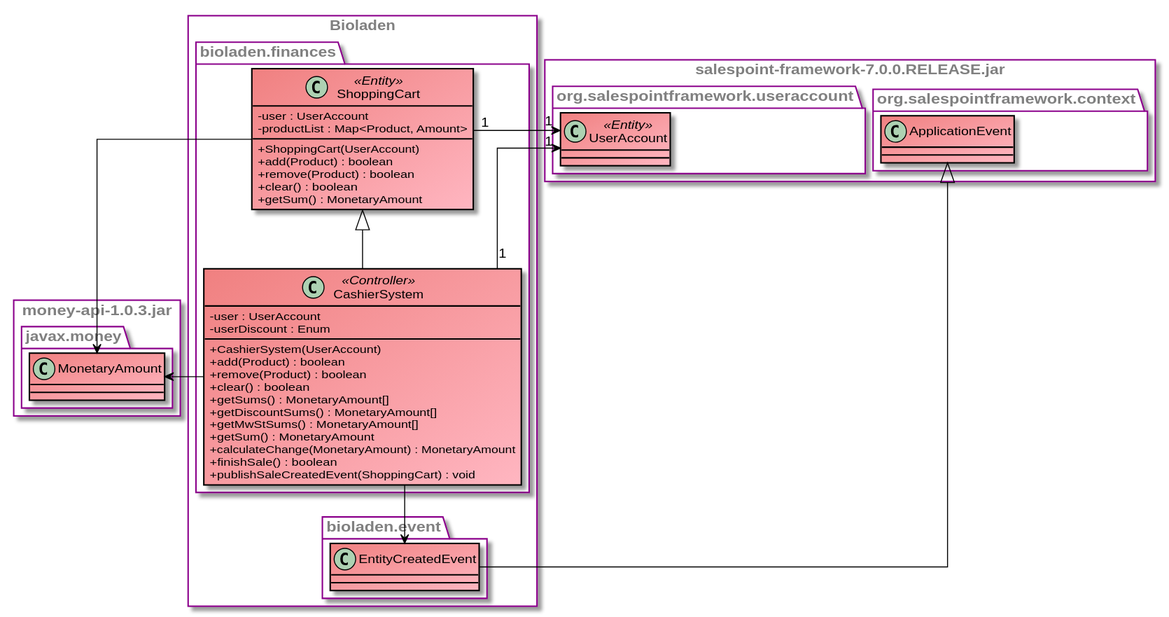
LimitlessGreen/swt18w43 keeps this PlantUML diagram as src/main/asciidoc/models/design/DesignFinancesDepartment.svg. Above is the earlier version.
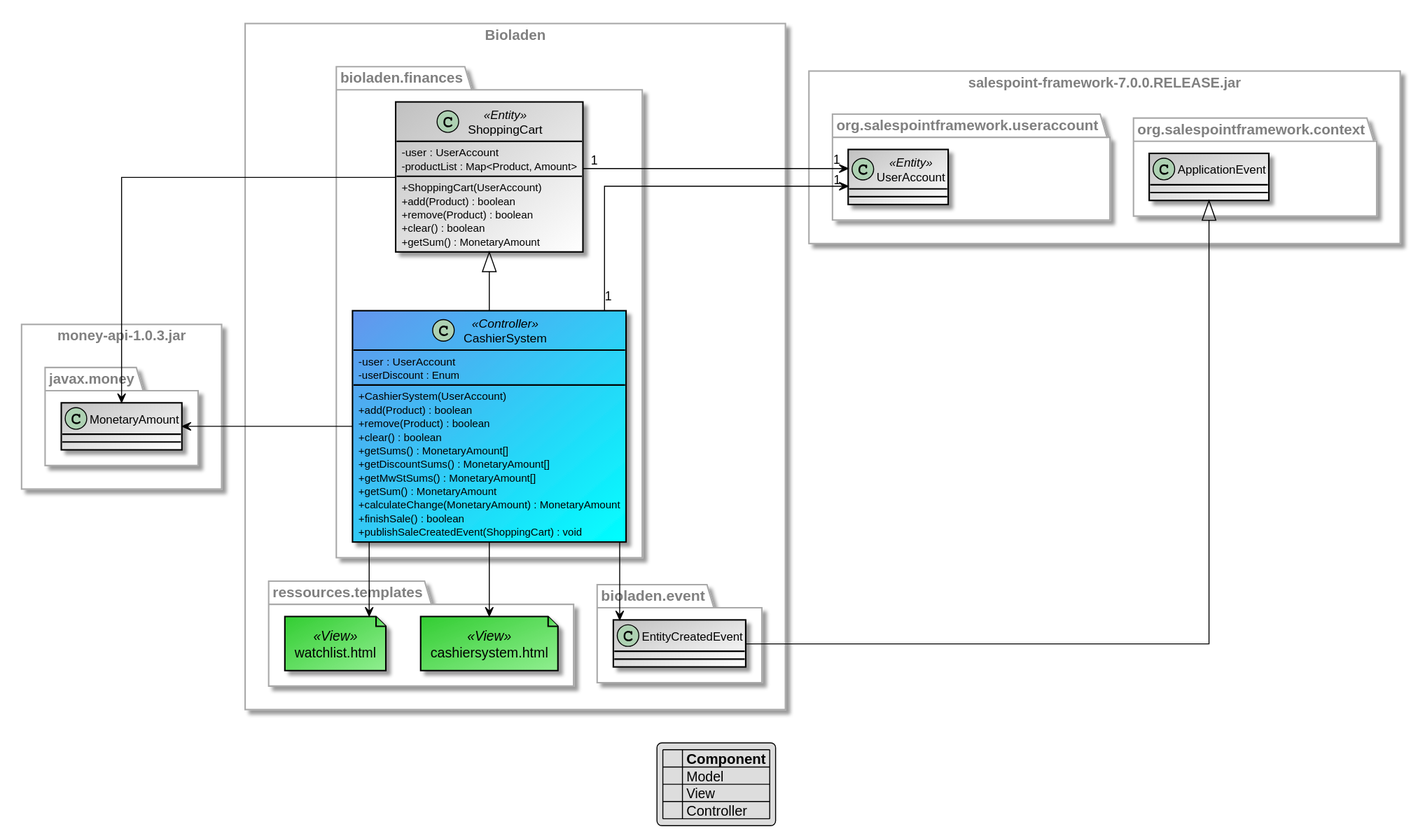
After the change.

Commit message:
[Design] componentsstylesheet

What changed in the source:
```diff
@@ -1,24 +1,37 @@
 @startuml
 
+
+
+
 skinparam class {
-	BackgroundColor #LightCoral/LightPink
+	BackgroundColor #Silver/white
+	BackgroundColor<<Repository>> #Coral/Lightsalmon
+	BackgroundColor<<Controller>> #Cornflowerblue/Cyan
     BorderColor Black
     ArrowColor  Black
 }
 
 skinparam package {
     FontColor Grey
-    BorderColor DarkMagenta
+    BorderColor Darkgrey
 }
 
 skinparam classAttributeIconSize 0
 skinparam linetype ortho
 
+legend
+|= | Component |
+|<back:#fe8052>     </back>| Model |
+|<back:#3dd13f>     </back>| View |
+|<back:#5f9aea>     </back>| Controller |
+endlegend
+
+
 
 rectangle Bioladen {
     namespace bioladen.finances {
 
-        class CashierSystem <<Controller>> extends ShoppingCart {
+        class CashierSystem <<Controller>>  extends ShoppingCart {
             -user : UserAccount
             -userDiscount : Enum
             +CashierSystem(UserAccount)
@@ -55,6 +68,20 @@
 
         bioladen.finances.CashierSystem --> bioladen.event.EntityCreatedEvent
 
+    }
+
+    namespace ressources.templates {
+
+        file cashiersystem.html <<View>> #limegreen/technology {
+
+        }
+
+        file watchlist.html <<View>> #limegreen/technology {
+
+        }
+
+        bioladen.finances.CashierSystem --> cashiersystem.html
+        bioladen.finances.CashierSystem --> watchlist.html
     }
 
 }
```
